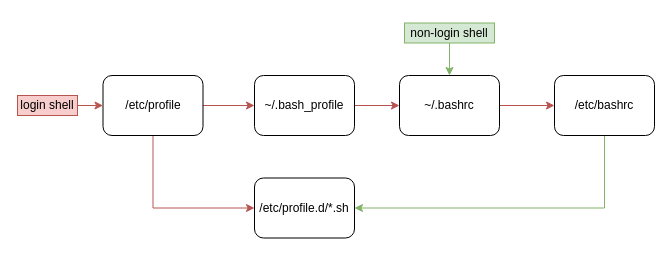
The draw.io diagram Linux configuration.drawio in Albert-W/Draw_io, before the edit. Source tidied: cells renumbered, new cells numbered last; positions are measured from the earlier drawing's top-left corner, leaving out a move shared by most shapes. Both pictures are drawn from the tidied source at 100%, with x=0, y=0 at pixel (17, 23).
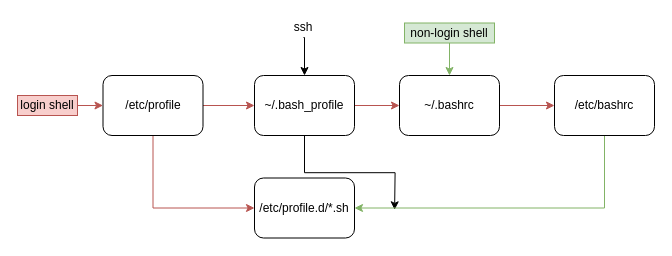
After the change.

The change refers to these unchanged cells:
```xml
<mxCell id="6" value="~/.bash_profile" style="rounded=1;whiteSpace=wrap;html=1;" parent="1" vertex="1">
  <mxGeometry x="237" y="52" width="100" height="60" as="geometry" />
</mxCell>
```

Change to the diagram source:
```diff
@@
+    <mxCell id="16" style="edgeStyle=orthogonalEdgeStyle;rounded=0;jettySize=auto;html=1;exitX=0.5;exitY=1;exitDx=0;exitDy=0;" parent="1" edge="1" source="6">
+      <mxGeometry relative="1" as="geometry">
+        <mxPoint x="377.1" y="186.3" as="targetPoint" />
+      </mxGeometry>
+    </mxCell>
@@
+    <mxCell id="17" style="edgeStyle=orthogonalEdgeStyle;rounded=0;jettySize=auto;html=1;exitX=0.5;exitY=1;exitDx=0;exitDy=0;entryX=0.5;entryY=0;entryDx=0;entryDy=0;" parent="1" edge="1" source="18" target="6">
+      <mxGeometry relative="1" as="geometry" />
+    </mxCell>
+    <mxCell id="18" value="ssh" style="text;html=1;strokeColor=none;fillColor=none;align=center;verticalAlign=middle;whiteSpace=wrap;rounded=0;" parent="1" vertex="1">
+      <mxGeometry x="266" y="-6" width="40" height="20" as="geometry" />
+    </mxCell>
```
